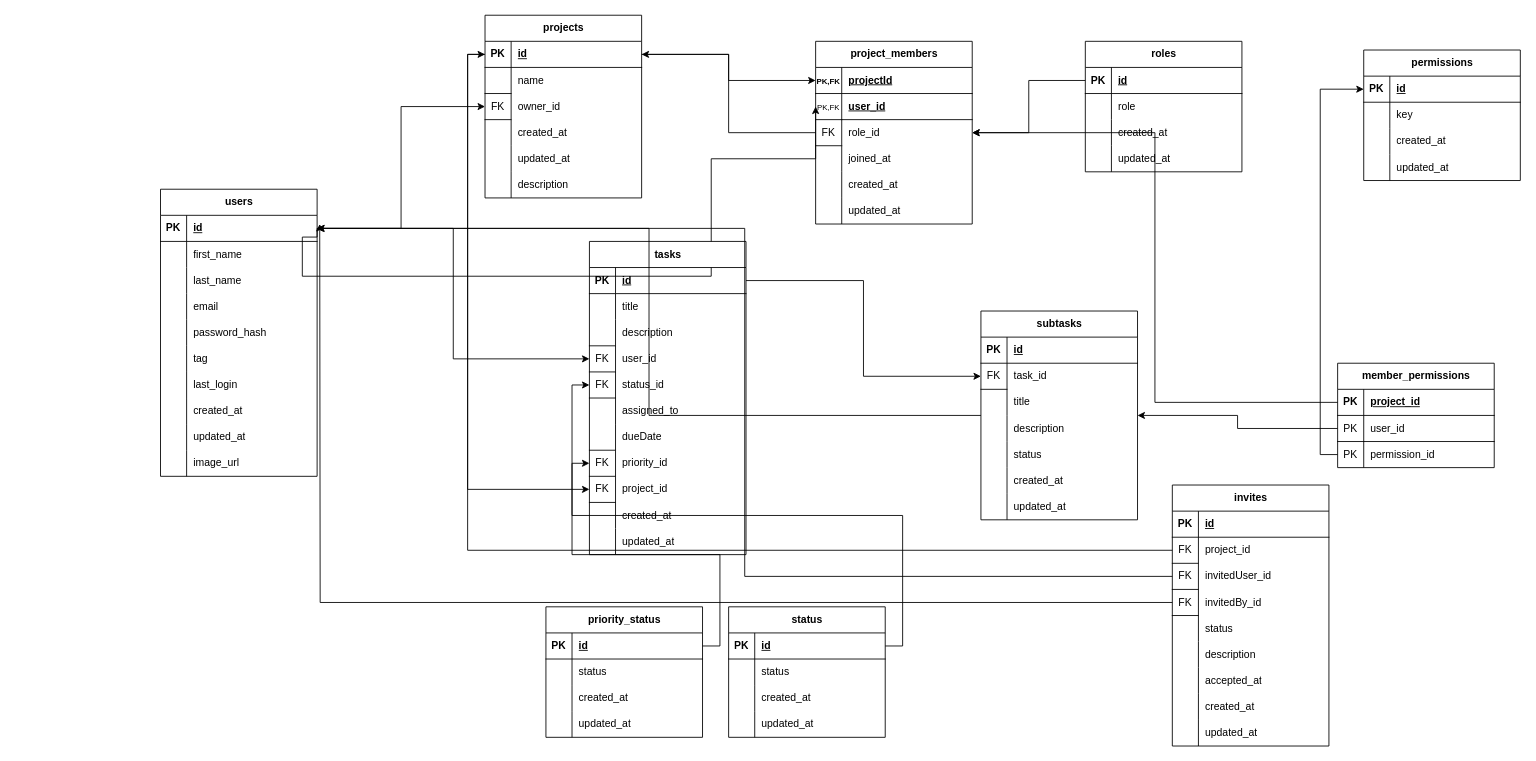
Before: to-do-app-db.drawio in DiogoGodinho225/to-do-app, a draw.io diagram. Source tidied: cells renumbered, new cells numbered last; positions are measured from the earlier drawing's top-left corner, leaving out a move shared by most shapes. Both pictures are drawn from the tidied source at 87%, with x=0, y=0 at pixel (160, 15).
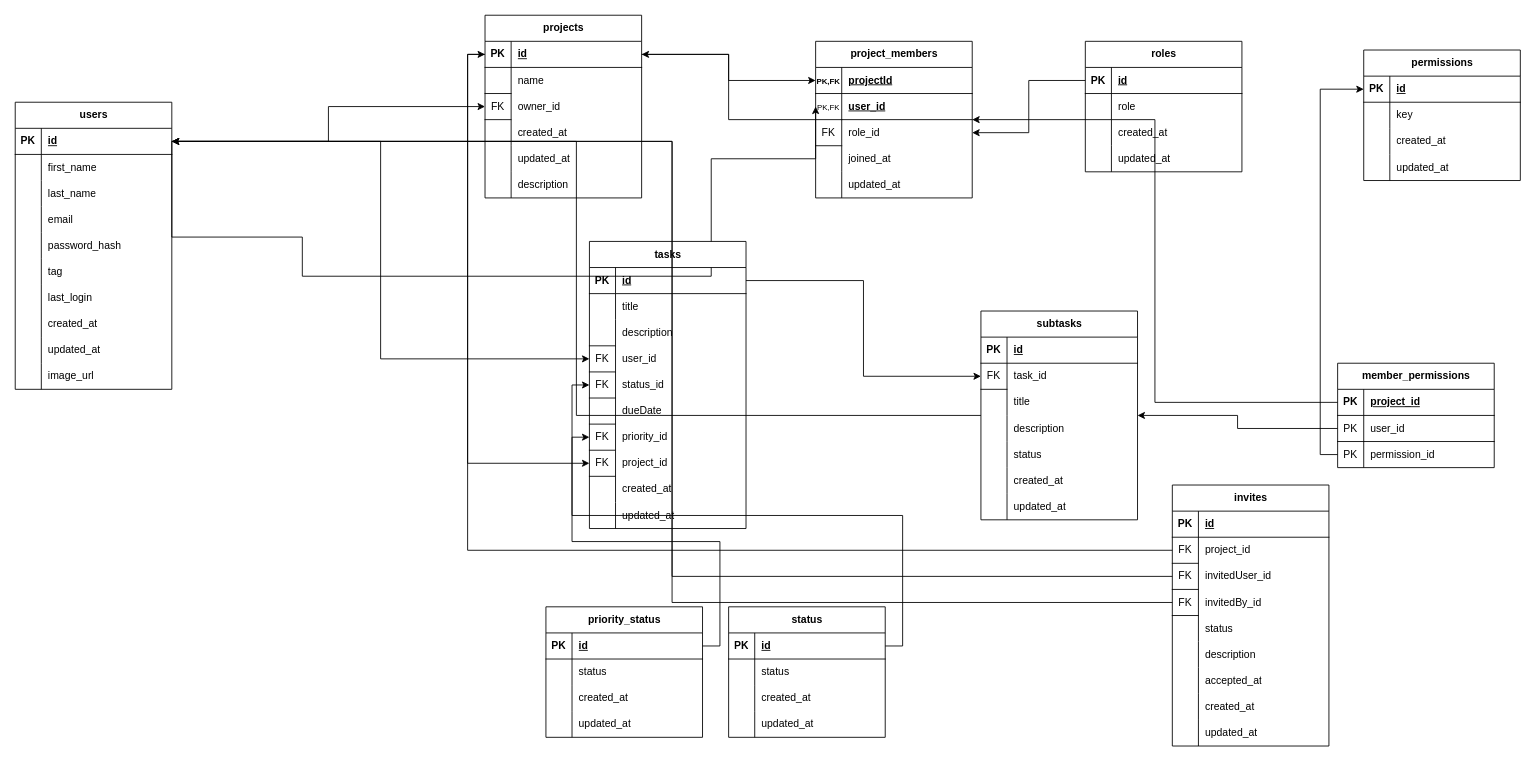
After the change.

The change refers to these unchanged cells:
```xml
<mxCell id="3" style="shape=tableRow;horizontal=0;startSize=0;swimlaneHead=0;swimlaneBody=0;fillColor=none;points=[[0,0.5],[1,0.5]];portConstraint=eastwest;top=0;left=0;right=0;bottom=1;" parent="2" vertex="1">
  <mxGeometry y="30" width="180" height="30" as="geometry" />
</mxCell>
<mxCell id="214" style="shape=tableRow;horizontal=0;startSize=0;swimlaneHead=0;swimlaneBody=0;fillColor=none;points=[[0,0.5],[1,0.5]];portConstraint=eastwest;top=0;left=0;right=0;bottom=0;" parent="204" vertex="1">
  <mxGeometry y="120" width="180" height="30" as="geometry" />
</mxCell>
```

Diff of the diagram source:
```diff
@@
     <mxCell id="2" value="users" style="shape=table;startSize=30;childLayout=tableLayout;rowLines=0;fontStyle=1;align=center;html=1;" parent="1" vertex="1">
-      <mxGeometry y="200" width="180" height="330" as="geometry" />
+      <mxGeometry x="-167" y="100" width="180" height="330" as="geometry" />
     </mxCell>
@@
     <mxCell id="69" value="tasks" style="shape=table;startSize=30;childLayout=tableLayout;rowLines=0;fontStyle=1;align=center;html=1;" parent="1" vertex="1">
-      <mxGeometry x="493" y="260" width="180" height="360" as="geometry" />
+      <mxGeometry x="493" y="260" width="180" height="330" as="geometry" />
     </mxCell>
@@
-    <mxCell id="85" style="shape=tableRow;horizontal=0;startSize=0;swimlaneHead=0;swimlaneBody=0;fillColor=none;top=0;left=0;right=0;bottom=0;" parent="69" vertex="1">
-      <mxGeometry y="180" width="180" height="30" as="geometry" />
-    </mxCell>
-    <mxCell id="86" style="shape=partialRectangle;fillColor=none;top=0;left=0;bottom=0;right=0;overflow=hidden;whiteSpace=wrap;html=1;" parent="85" vertex="1">
-      <mxGeometry width="30" height="30" as="geometry" />
-    </mxCell>
-    <mxCell id="87" value="assigned_to" style="shape=partialRectangle;fillColor=none;top=0;left=0;bottom=0;right=0;align=left;spacingLeft=6;overflow=hidden;whiteSpace=wrap;html=1;" parent="85" vertex="1">
-      <mxGeometry x="30" width="150" height="30" as="geometry" />
-    </mxCell>
     <mxCell id="88" style="shape=tableRow;horizontal=0;startSize=0;swimlaneHead=0;swimlaneBody=0;fillColor=none;top=0;left=0;right=0;bottom=0;" parent="69" vertex="1">
-      <mxGeometry y="210" width="180" height="30" as="geometry" />
+      <mxGeometry y="180" width="180" height="30" as="geometry" />
     </mxCell>
@@
     <mxCell id="91" style="shape=tableRow;horizontal=0;startSize=0;swimlaneHead=0;swimlaneBody=0;fillColor=none;points=[[0,0.5],[1,0.5]];portConstraint=eastwest;top=0;left=0;right=0;bottom=0;" parent="69" vertex="1">
-      <mxGeometry y="240" width="180" height="30" as="geometry" />
+      <mxGeometry y="210" width="180" height="30" as="geometry" />
     </mxCell>
@@
     <mxCell id="94" style="shape=tableRow;horizontal=0;startSize=0;swimlaneHead=0;swimlaneBody=0;fillColor=none;points=[[0,0.5],[1,0.5]];portConstraint=eastwest;top=0;left=0;right=0;bottom=0;" parent="69" vertex="1">
-      <mxGeometry y="270" width="180" height="30" as="geometry" />
+      <mxGeometry y="240" width="180" height="30" as="geometry" />
     </mxCell>
@@
     <mxCell id="97" style="shape=tableRow;horizontal=0;startSize=0;swimlaneHead=0;swimlaneBody=0;fillColor=none;top=0;left=0;right=0;bottom=0;" parent="69" vertex="1">
-      <mxGeometry y="300" width="180" height="30" as="geometry" />
+      <mxGeometry y="270" width="180" height="30" as="geometry" />
     </mxCell>
@@
     <mxCell id="100" style="shape=tableRow;horizontal=0;startSize=0;swimlaneHead=0;swimlaneBody=0;fillColor=none;top=0;left=0;right=0;bottom=0;" parent="69" vertex="1">
-      <mxGeometry y="330" width="180" height="30" as="geometry" />
+      <mxGeometry y="300" width="180" height="30" as="geometry" />
     </mxCell>
@@
     <mxCell id="162" value="project_members" style="shape=table;startSize=30;childLayout=tableLayout;rowLines=0;fontStyle=1;align=center;html=1;" parent="1" vertex="1">
-      <mxGeometry x="753" y="30" width="180" height="210" as="geometry" />
+      <mxGeometry x="753" y="30" width="180" height="180" as="geometry" />
     </mxCell>
@@
-    <mxCell id="175" style="shape=tableRow;horizontal=0;startSize=0;swimlaneHead=0;swimlaneBody=0;fillColor=none;top=0;left=0;right=0;bottom=0;" parent="162" vertex="1">
-      <mxGeometry y="150" width="180" height="30" as="geometry" />
-    </mxCell>
-    <mxCell id="176" style="shape=partialRectangle;fillColor=none;top=0;left=0;bottom=0;right=0;overflow=hidden;whiteSpace=wrap;html=1;" parent="175" vertex="1">
-      <mxGeometry width="30" height="30" as="geometry" />
-    </mxCell>
-    <mxCell id="177" value="created_at" style="shape=partialRectangle;fillColor=none;top=0;left=0;bottom=0;right=0;align=left;spacingLeft=6;overflow=hidden;whiteSpace=wrap;html=1;" parent="175" vertex="1">
-      <mxGeometry x="30" width="150" height="30" as="geometry" />
-    </mxCell>
     <mxCell id="178" style="shape=tableRow;horizontal=0;startSize=0;swimlaneHead=0;swimlaneBody=0;fillColor=none;top=0;left=0;right=0;bottom=0;" parent="162" vertex="1">
-      <mxGeometry y="180" width="180" height="30" as="geometry" />
+      <mxGeometry y="150" width="180" height="30" as="geometry" />
     </mxCell>
@@
-    <mxCell id="234" style="edgeStyle=orthogonalEdgeStyle;rounded=0;jettySize=auto;html=1;exitX=0;exitY=0.5;exitDx=0;exitDy=0;" parent="1" edge="1" source="214">
-      <mxGeometry relative="1" as="geometry">
-        <mxPoint x="183" y="240" as="targetPoint" />
-      </mxGeometry>
-    </mxCell>
+    <mxCell id="235" style="edgeStyle=orthogonalEdgeStyle;rounded=0;jettySize=auto;html=1;exitX=0;exitY=0.5;exitDx=0;exitDy=0;entryX=1;entryY=0.5;entryDx=0;entryDy=0;" parent="1" edge="1" source="214" target="3">
+      <mxGeometry relative="1" as="geometry" />
+    </mxCell>
```
